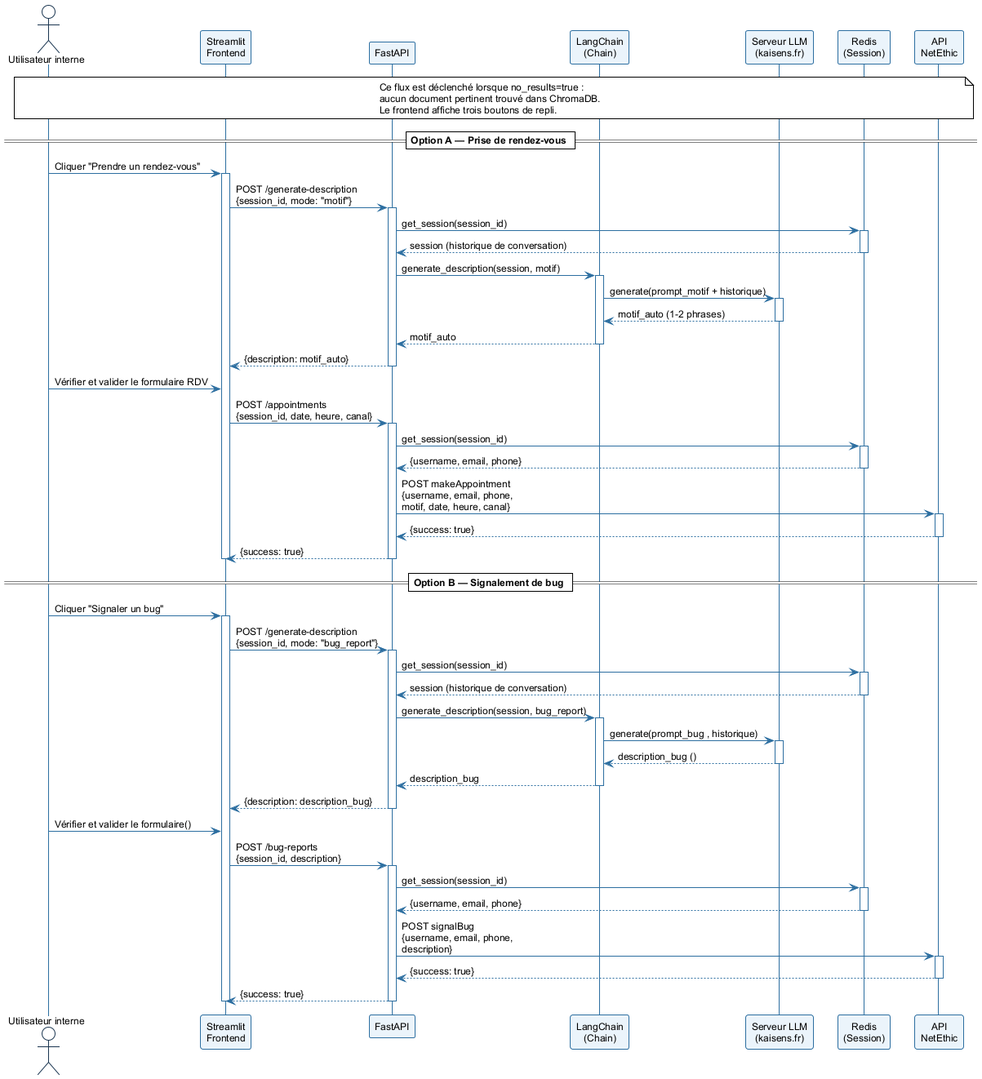
Before: diagramme/06b_sequence_support_repli.png, a diagram exported from PlantUML (RedFalcon22/Rapport_ISTIC_2025_2026_v2).
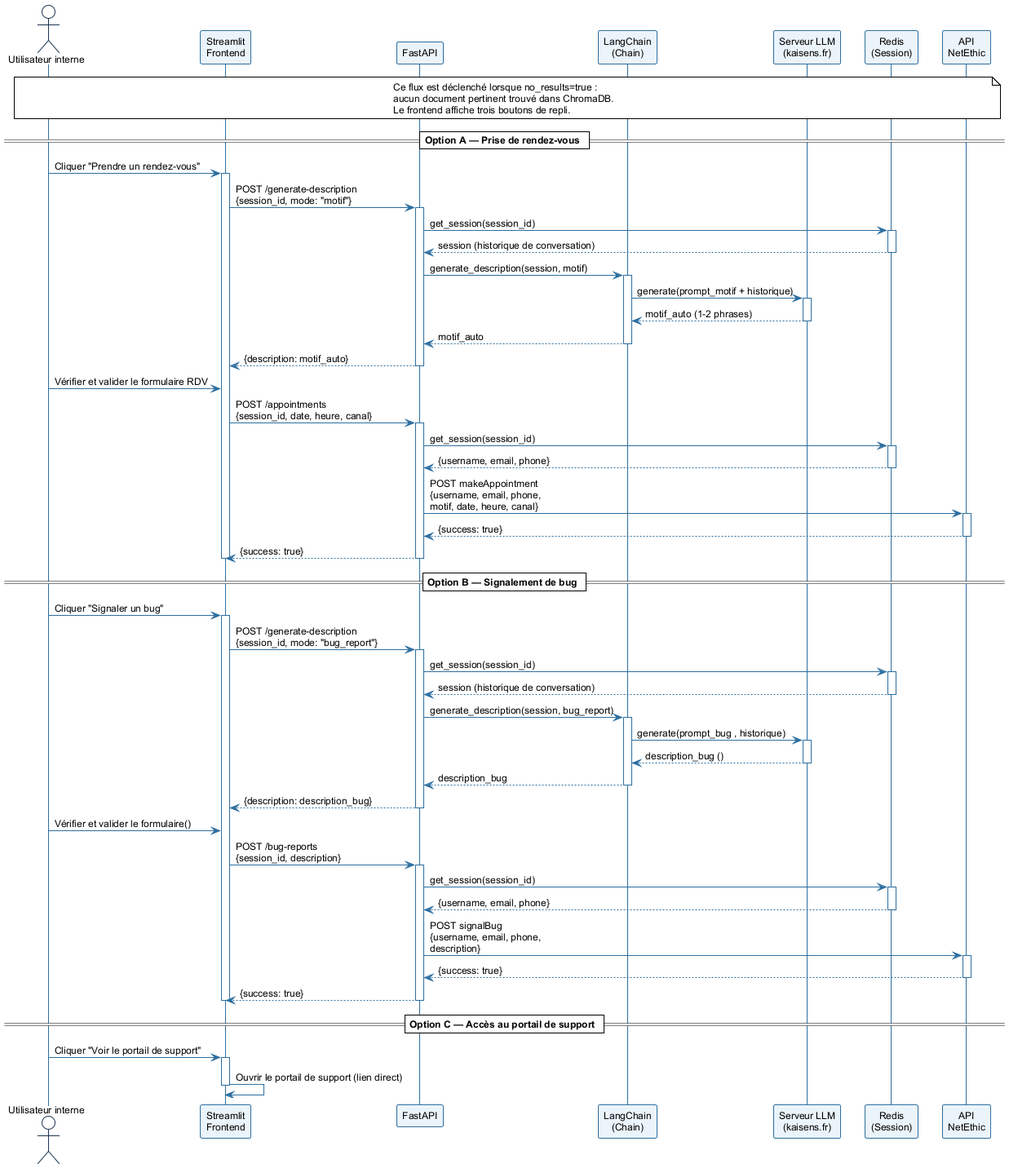
The same diagram one commit later.

Diff of the diagram source:
```diff
@@ -112,4 +112,11 @@
 deactivate API
 deactivate FE
 
+== Option C — Accès au portail de support ==
+
+U -> FE : Cliquer "Voir le portail de support"
+activate FE
+FE -> FE : Ouvrir le portail de support (lien direct)
+deactivate FE
+
 @enduml
```
